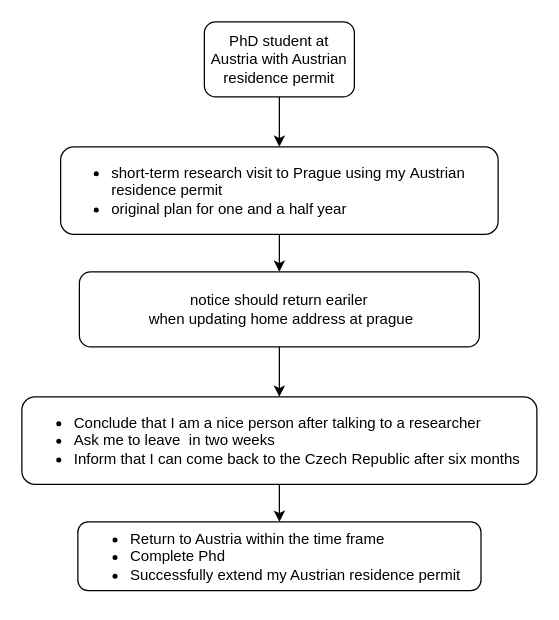
Above: czech-visa.drawio in Zhang-Liao/draw-io (draw.io), before the change. Source tidied: cells renumbered, new cells numbered last; positions are measured from the earlier drawing's top-left corner, leaving out a move shared by most shapes. Both pictures are drawn from the tidied source at 125%, with x=0, y=0 at pixel (21, 21).
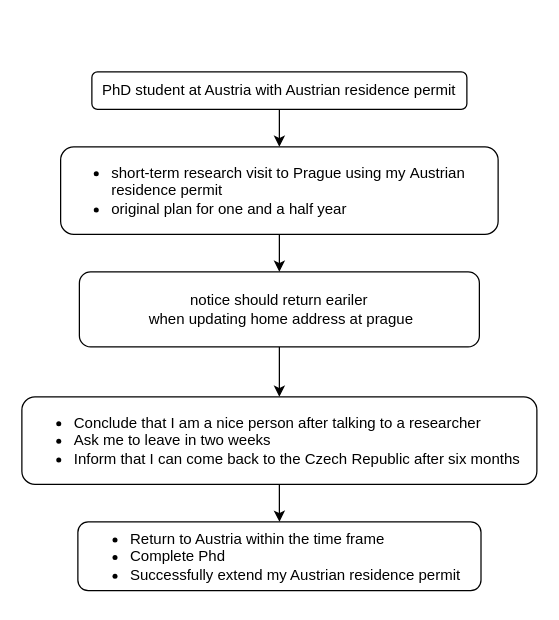
Above is the later version.

Diff of the diagram source:
```diff
@@
 <mxGraphModel>
   <root>
     <mxCell id="0" />
     <mxCell id="1" parent="0" />
     <mxCell id="2" style="edgeStyle=orthogonalEdgeStyle;rounded=0;jettySize=auto;html=1;entryX=0.5;entryY=0;entryDx=0;entryDy=0;" parent="1" edge="1" source="3" target="4">
       <mxGeometry relative="1" as="geometry" />
     </mxCell>
     <mxCell id="3" value="PhD student at Austria with Austrian residence permit" style="rounded=1;whiteSpace=wrap;html=1;" parent="1" vertex="1">
-      <mxGeometry x="146" width="120" height="60" as="geometry" />
+      <mxGeometry x="56" y="40" width="300" height="30" as="geometry" />
     </mxCell>
     <mxCell id="4" value="&lt;ul&gt;&lt;li style=&quot;text-align: left;&quot;&gt;short-term research visit to Prague using my&amp;nbsp;&lt;span style=&quot;background-color: transparent; color: light-dark(rgb(0, 0, 0), rgb(255, 255, 255));&quot;&gt;Austrian residence permit&lt;/span&gt;&lt;/li&gt;&lt;li style=&quot;text-align: left;&quot;&gt;original plan for one and a half year&lt;/li&gt;&lt;/ul&gt;" style="rounded=1;whiteSpace=wrap;html=1;" parent="1" vertex="1">
       <mxGeometry x="31" y="100" width="350" height="70" as="geometry" />
     </mxCell>
     <mxCell id="5" style="edgeStyle=orthogonalEdgeStyle;rounded=0;jettySize=auto;html=1;exitX=0.5;exitY=1;exitDx=0;exitDy=0;" parent="1" edge="1" source="9" target="10">
       <mxGeometry relative="1" as="geometry" />
     </mxCell>
     <mxCell id="6" style="edgeStyle=orthogonalEdgeStyle;rounded=0;jettySize=auto;html=1;entryX=0.5;entryY=0;entryDx=0;entryDy=0;" parent="1" edge="1" source="7" target="9">
       <mxGeometry relative="1" as="geometry" />
     </mxCell>
     <mxCell id="7" value="notice should return eariler&lt;div&gt;&amp;nbsp;when updating home address at prague&lt;/div&gt;" style="rounded=1;whiteSpace=wrap;html=1;" parent="1" vertex="1">
       <mxGeometry x="46" y="200" width="320" height="60" as="geometry" />
     </mxCell>
     <mxCell id="8" style="edgeStyle=orthogonalEdgeStyle;rounded=0;jettySize=auto;html=1;entryX=0.5;entryY=0;entryDx=0;entryDy=0;" parent="1" edge="1" source="4" target="7">
       <mxGeometry relative="1" as="geometry" />
     </mxCell>
-    <mxCell id="9" value="&lt;div&gt;&lt;ul&gt;&lt;li&gt;Conclude that I am a nice person after talking to a researcher&lt;/li&gt;&lt;li&gt;Ask me to leave&amp;nbsp; in two weeks&lt;/li&gt;&lt;li&gt;&lt;span style=&quot;background-color: transparent; color: light-dark(rgb(0, 0, 0), rgb(255, 255, 255));&quot;&gt;Inform that I can come back to the Czech Republic after six months&lt;/span&gt;&lt;/li&gt;&lt;/ul&gt;&lt;/div&gt;" style="rounded=1;whiteSpace=wrap;html=1;align=left;" parent="1" vertex="1">
+    <mxCell id="9" value="&lt;div&gt;&lt;ul&gt;&lt;li&gt;Conclude that I am a nice person after talking to a researcher&lt;/li&gt;&lt;li&gt;Ask me to leave in two weeks&lt;/li&gt;&lt;li&gt;&lt;span style=&quot;background-color: transparent; color: light-dark(rgb(0, 0, 0), rgb(255, 255, 255));&quot;&gt;Inform that I can come back to the Czech Republic after six months&lt;/span&gt;&lt;/li&gt;&lt;/ul&gt;&lt;/div&gt;" style="rounded=1;whiteSpace=wrap;html=1;align=left;" parent="1" vertex="1">
       <mxGeometry y="300" width="412" height="70" as="geometry" />
     </mxCell>
     <mxCell id="10" value="&lt;ul&gt;&lt;li&gt;&lt;span style=&quot;background-color: transparent; color: light-dark(rgb(0, 0, 0), rgb(255, 255, 255));&quot;&gt;&lt;/span&gt;&lt;span style=&quot;text-align: center;&quot;&gt;Return to Austria within the time frame&lt;/span&gt;&lt;/li&gt;&lt;li&gt;&lt;span style=&quot;background-color: transparent; color: light-dark(rgb(0, 0, 0), rgb(255, 255, 255));&quot;&gt;Complete&lt;/span&gt;&lt;span style=&quot;background-color: transparent; color: light-dark(rgb(0, 0, 0), rgb(255, 255, 255));&quot;&gt;&amp;nbsp;Phd&lt;/span&gt;&lt;/li&gt;&lt;li&gt;&lt;span style=&quot;background-color: transparent; color: light-dark(rgb(0, 0, 0), rgb(255, 255, 255));&quot;&gt;Successfully extend my Austrian residence permit&lt;/span&gt;&lt;/li&gt;&lt;/ul&gt;" style="rounded=1;whiteSpace=wrap;html=1;align=left;" parent="1" vertex="1">
       <mxGeometry x="44.8" y="400" width="322.5" height="55" as="geometry" />
     </mxCell>
   </root>
 </mxGraphModel>
```
